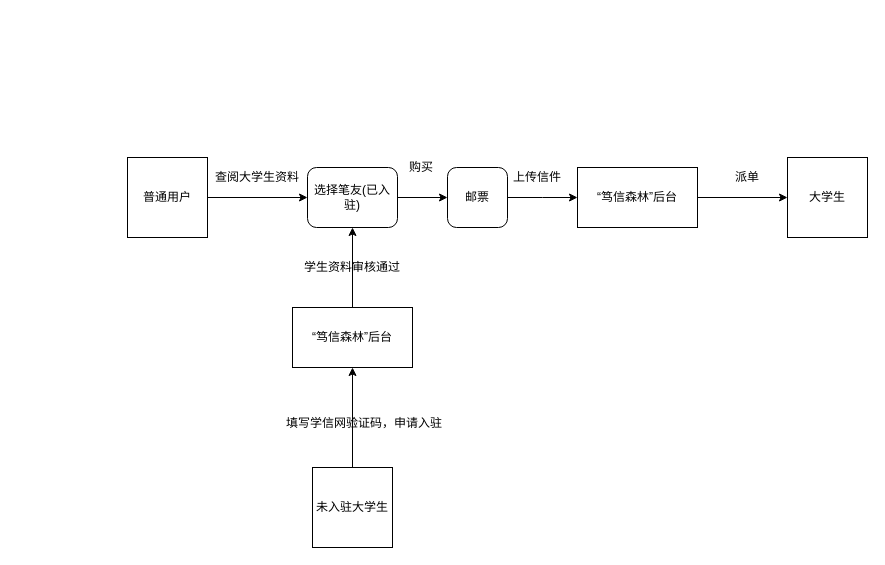
Before: 未命名绘图.drawio in gofish2020/zhimeng, a draw.io diagram. Source tidied: cells renumbered, new cells numbered last; positions are measured from the earlier drawing's top-left corner, leaving out a move shared by most shapes. Both pictures are drawn from the tidied source at 100%, with x=0, y=0 at pixel (127, 157).
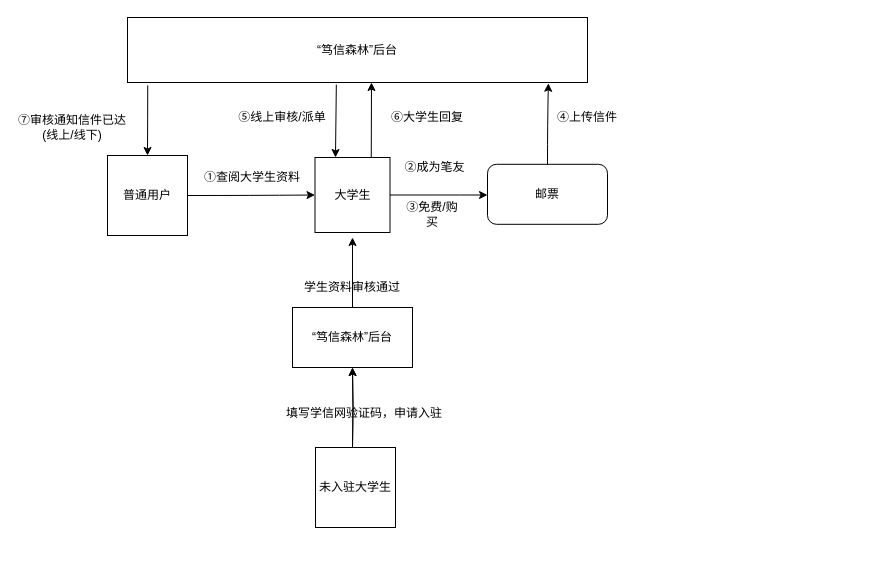
The same page after the edit.

Commit message (it also covers changes not shown here):
更新未命名绘图.drawio

Unchanged cells that the change refers to:
```xml
<mxCell id="19" value="“笃信森林”后台" style="rounded=0;whiteSpace=wrap;html=1;" parent="1" vertex="1">
  <mxGeometry x="165" y="150" width="120" height="60" as="geometry" />
</mxCell>
```

Diff of the diagram source:
```diff
@@
-    <mxCell id="2" style="edgeStyle=orthogonalEdgeStyle;rounded=0;jettySize=auto;html=1;entryX=0;entryY=0.5;entryDx=0;entryDy=0;" parent="1" edge="1" source="3" target="5">
-      <mxGeometry relative="1" as="geometry" />
-    </mxCell>
+    <mxCell id="21" style="edgeStyle=orthogonalEdgeStyle;curved=1;rounded=0;jettySize=auto;html=1;entryX=0;entryY=0.5;entryDx=0;entryDy=0;" parent="1" edge="1" source="3" target="14">
+      <mxGeometry relative="1" as="geometry" />
+    </mxCell>
     <mxCell id="3" value="普通用户" style="whiteSpace=wrap;html=1;" parent="1" vertex="1">
-      <mxGeometry width="80" height="80" as="geometry" />
+      <mxGeometry x="-20" y="-2" width="80" height="80" as="geometry" />
     </mxCell>
-    <mxCell id="4" style="edgeStyle=orthogonalEdgeStyle;rounded=0;jettySize=auto;html=1;entryX=0;entryY=0.5;entryDx=0;entryDy=0;" parent="1" edge="1" source="5" target="11">
-      <mxGeometry relative="1" as="geometry" />
-    </mxCell>
-    <mxCell id="5" value="选择笔友(已入驻)" style="rounded=1;whiteSpace=wrap;html=1;" parent="1" vertex="1">
-      <mxGeometry x="180" y="10" width="90" height="60" as="geometry" />
-    </mxCell>
-    <mxCell id="6" style="edgeStyle=orthogonalEdgeStyle;rounded=0;jettySize=auto;html=1;entryX=0.5;entryY=1;entryDx=0;entryDy=0;" parent="1" edge="1" source="7" target="19">
-      <mxGeometry relative="1" as="geometry" />
+    <mxCell id="6" style="edgeStyle=orthogonalEdgeStyle;rounded=0;jettySize=auto;html=1;entryX=0.5;entryY=1;entryDx=0;entryDy=0;" parent="1" edge="1" target="19">
+      <mxGeometry relative="1" as="geometry">
+        <mxPoint x="225" y="290" as="sourcePoint" />
+      </mxGeometry>
     </mxCell>
-    <mxCell id="7" value="未入驻大学生" style="whiteSpace=wrap;html=1;" parent="1" vertex="1">
-      <mxGeometry x="185" y="310" width="80" height="80" as="geometry" />
-    </mxCell>
     <mxCell id="8" value="填写学信网验证码，申请入驻" style="text;html=1;strokeColor=none;fillColor=none;align=center;verticalAlign=middle;whiteSpace=wrap;rounded=0;" parent="1" vertex="1">
-      <mxGeometry x="154" y="260" width="166" height="12.5" as="geometry" />
+      <mxGeometry x="154" y="250" width="166" height="12.5" as="geometry" />
     </mxCell>
-    <mxCell id="9" value="查阅大学生资料" style="text;html=1;strokeColor=none;fillColor=none;align=center;verticalAlign=middle;whiteSpace=wrap;rounded=0;" parent="1" vertex="1">
-      <mxGeometry x="80" y="10" width="100" height="20" as="geometry" />
+    <mxCell id="9" value="①查阅大学生资料" style="text;html=1;strokeColor=none;fillColor=none;align=center;verticalAlign=middle;whiteSpace=wrap;rounded=0;" parent="1" vertex="1">
+      <mxGeometry x="75" y="10" width="100" height="20" as="geometry" />
     </mxCell>
-    <mxCell id="10" style="edgeStyle=orthogonalEdgeStyle;rounded=0;jettySize=auto;html=1;" parent="1" edge="1" source="11">
-      <mxGeometry relative="1" as="geometry">
-        <mxPoint x="450" y="40" as="targetPoint" />
-      </mxGeometry>
-    </mxCell>
+    <mxCell id="22" style="edgeStyle=orthogonalEdgeStyle;curved=1;rounded=0;jettySize=auto;html=1;entryX=0.915;entryY=1.012;entryDx=0;entryDy=0;entryPerimeter=0;" parent="1" edge="1" source="11" target="16">
+      <mxGeometry relative="1" as="geometry" />
+    </mxCell>
     <mxCell id="11" value="邮票" style="rounded=1;whiteSpace=wrap;html=1;" parent="1" vertex="1">
-      <mxGeometry x="320" y="10" width="60" height="60" as="geometry" />
+      <mxGeometry x="360" y="6.8" width="120" height="60" as="geometry" />
     </mxCell>
-    <mxCell id="12" value="购买" style="text;html=1;strokeColor=none;fillColor=none;align=center;verticalAlign=middle;whiteSpace=wrap;rounded=0;" parent="1" vertex="1">
-      <mxGeometry x="273.5" width="40" height="20" as="geometry" />
-    </mxCell>
-    <mxCell id="13" value="上传信件" style="text;html=1;strokeColor=none;fillColor=none;align=center;verticalAlign=middle;whiteSpace=wrap;rounded=0;" parent="1" vertex="1">
-      <mxGeometry x="370" y="10" width="80" height="20" as="geometry" />
+    <mxCell id="13" value="④上传信件" style="text;html=1;strokeColor=none;fillColor=none;align=center;verticalAlign=middle;whiteSpace=wrap;rounded=0;" parent="1" vertex="1">
+      <mxGeometry x="420" y="-50" width="80" height="20" as="geometry" />
     </mxCell>
+    <mxCell id="23" style="edgeStyle=orthogonalEdgeStyle;curved=1;rounded=0;jettySize=auto;html=1;" parent="1" edge="1" source="14">
+      <mxGeometry relative="1" as="geometry">
+        <mxPoint x="360" y="37.5" as="targetPoint" />
+      </mxGeometry>
+    </mxCell>
     <mxCell id="14" value="大学生" style="whiteSpace=wrap;html=1;" parent="1" vertex="1">
-      <mxGeometry x="660" width="80" height="80" as="geometry" />
+      <mxGeometry x="187.5" width="75" height="75" as="geometry" />
     </mxCell>
-    <mxCell id="15" style="edgeStyle=orthogonalEdgeStyle;rounded=0;jettySize=auto;html=1;entryX=0;entryY=0.5;entryDx=0;entryDy=0;" parent="1" edge="1" source="16" target="14">
-      <mxGeometry relative="1" as="geometry" />
-    </mxCell>
+    <mxCell id="24" style="edgeStyle=orthogonalEdgeStyle;curved=1;rounded=0;jettySize=auto;html=1;entryX=0.5;entryY=0;entryDx=0;entryDy=0;exitX=0.044;exitY=1.044;exitDx=0;exitDy=0;exitPerimeter=0;" parent="1" edge="1" source="16" target="3">
+      <mxGeometry relative="1" as="geometry" />
+    </mxCell>
     <mxCell id="16" value="“笃信森林”后台" style="rounded=0;whiteSpace=wrap;html=1;" parent="1" vertex="1">
-      <mxGeometry x="450" y="10" width="120" height="60" as="geometry" />
+      <mxGeometry y="-140" width="460" height="65" as="geometry" />
     </mxCell>
-    <mxCell id="17" value="派单" style="text;html=1;strokeColor=none;fillColor=none;align=center;verticalAlign=middle;whiteSpace=wrap;rounded=0;" parent="1" vertex="1">
-      <mxGeometry x="580" y="10" width="80" height="20" as="geometry" />
-    </mxCell>
-    <mxCell id="18" style="edgeStyle=orthogonalEdgeStyle;rounded=0;jettySize=auto;html=1;entryX=0.5;entryY=1;entryDx=0;entryDy=0;" parent="1" edge="1" source="19" target="5">
-      <mxGeometry relative="1" as="geometry" />
+    <mxCell id="18" style="edgeStyle=orthogonalEdgeStyle;rounded=0;jettySize=auto;html=1;" parent="1" edge="1" source="19">
+      <mxGeometry relative="1" as="geometry">
+        <mxPoint x="225" y="80" as="targetPoint" />
+      </mxGeometry>
     </mxCell>
@@
     <mxCell id="20" value="学生资料审核通过" style="text;html=1;strokeColor=none;fillColor=none;align=center;verticalAlign=middle;whiteSpace=wrap;rounded=0;" parent="1" vertex="1">
-      <mxGeometry x="175" y="100" width="100" height="20" as="geometry" />
+      <mxGeometry x="175" y="120" width="100" height="20" as="geometry" />
     </mxCell>
+    <mxCell id="25" style="edgeStyle=orthogonalEdgeStyle;rounded=0;jettySize=auto;html=1;" parent="1" edge="1" target="19">
+      <mxGeometry relative="1" as="geometry">
+        <mxPoint x="225" y="290" as="sourcePoint" />
+      </mxGeometry>
+    </mxCell>
+    <mxCell id="26" value="②成为笔友" style="text;html=1;strokeColor=none;fillColor=none;align=center;verticalAlign=middle;whiteSpace=wrap;rounded=0;" parent="1" vertex="1">
+      <mxGeometry x="275" width="65" height="20" as="geometry" />
+    </mxCell>
+    <mxCell id="7" value="未入驻大学生" style="whiteSpace=wrap;html=1;" parent="1" vertex="1">
+      <mxGeometry x="188" y="290" width="80" height="80" as="geometry" />
+    </mxCell>
+    <mxCell id="27" value="③免费/购买" style="text;html=1;strokeColor=none;fillColor=none;align=center;verticalAlign=middle;whiteSpace=wrap;rounded=0;" parent="1" vertex="1">
+      <mxGeometry x="275" y="46.8" width="60" height="20" as="geometry" />
+    </mxCell>
+    <mxCell id="28" value="⑤线上审核/派单" style="text;html=1;strokeColor=none;fillColor=none;align=center;verticalAlign=middle;whiteSpace=wrap;rounded=0;" parent="1" vertex="1">
+      <mxGeometry x="100" y="-50" width="110" height="20" as="geometry" />
+    </mxCell>
+    <mxCell id="15" style="endArrow=classic;html=1;exitX=0.454;exitY=1.033;exitDx=0;exitDy=0;exitPerimeter=0;entryX=0.273;entryY=0;entryDx=0;entryDy=0;entryPerimeter=0;" parent="1" edge="1" source="16" target="14">
+      <mxGeometry relative="1" as="geometry" />
+    </mxCell>
+    <mxCell id="29" style="endArrow=classic;html=1;exitX=0.75;exitY=0;exitDx=0;exitDy=0;" parent="1" edge="1" source="14" target="16">
+      <mxGeometry relative="1" as="geometry">
+        <Array as="points">
+          <mxPoint x="244" y="-75" />
+        </Array>
+      </mxGeometry>
+    </mxCell>
+    <mxCell id="30" value="⑥大学生回复" style="text;html=1;strokeColor=none;fillColor=none;align=center;verticalAlign=middle;whiteSpace=wrap;rounded=0;" parent="1" vertex="1">
+      <mxGeometry x="245" y="-50" width="110" height="20" as="geometry" />
+    </mxCell>
+    <mxCell id="31" value="⑦审核通知信件已达(线上/线下)" style="text;html=1;strokeColor=none;fillColor=none;align=center;verticalAlign=middle;whiteSpace=wrap;rounded=0;" parent="1" vertex="1">
+      <mxGeometry x="-110" y="-40" width="110" height="20" as="geometry" />
+    </mxCell>
```
